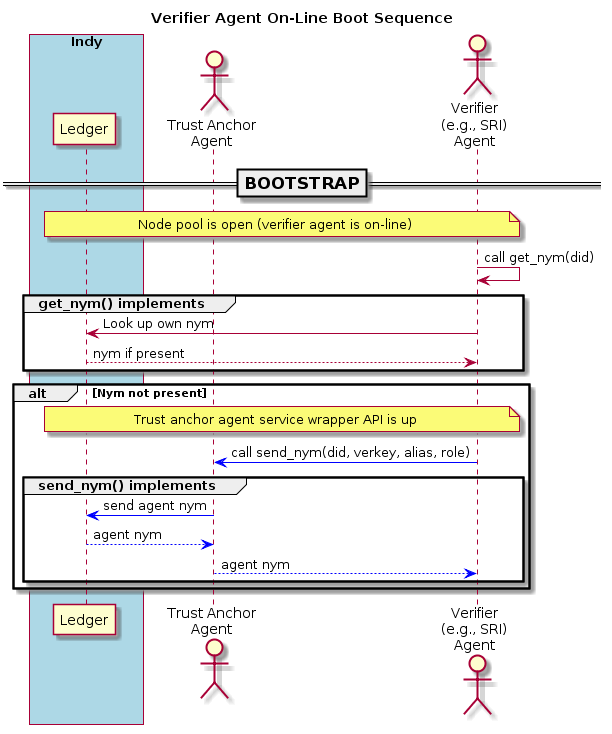
Before: doc/pic/boot.verifier.png, a diagram exported from PlantUML (PSPC-SPAC-buyandsell/von_base).
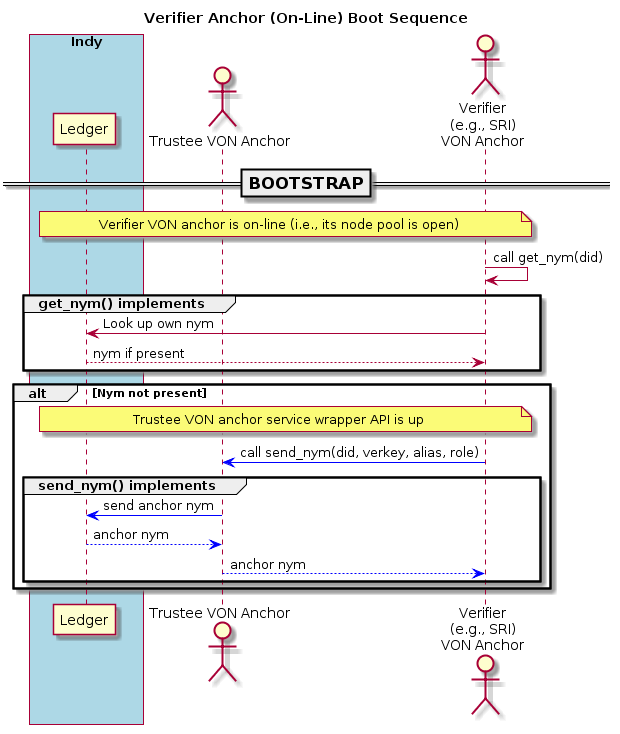
The same diagram one commit later.

Diff of the diagram source:
```diff
@@ -3,34 +3,34 @@
 skinparam ParticipantPadding 20
 skinparam BaloxPadding 20
 
-title Verifier Agent On-Line Boot Sequence
+title Verifier Anchor (On-Line) Boot Sequence
 
 
 box "Indy" #LightBlue
     participant "Ledger" as ledger
 endbox
-actor "Trust Anchor\nAgent" as tag
-actor "Verifier\n(e.g., SRI)\nAgent" as sag
+actor "Trustee VON Anchor" as tan
+actor "Verifier\n(e.g., SRI)\nVON Anchor" as san
 
 === BOOTSTRAP ==
-note over ledger, sag
-    Node pool is open (verifier agent is on-line)
+note over ledger, san
+    Verifier VON anchor is on-line (i.e., its node pool is open)
 endnote
 
-sag -> sag: call get_nym(did)
+san -> san: call get_nym(did)
 group get_nym() implements
-    sag -> ledger: Look up own nym
-    ledger --> sag: nym if present
+    san -> ledger: Look up own nym
+    ledger --> san: nym if present
 end
 alt Nym not present
-    note over ledger, sag
-        Trust anchor agent service wrapper API is up
+    note over ledger, san
+        Trustee VON anchor service wrapper API is up
     endnote
-    sag -[#blue]> tag: call send_nym(did, verkey, alias, role)
+    san -[#blue]> tan: call send_nym(did, verkey, alias, role)
     group send_nym() implements
-        tag -[#blue]> ledger: send agent nym
-        ledger --[#blue]> tag: agent nym
-        tag --[#blue]> sag: agent nym
+        tan -[#blue]> ledger: send anchor nym
+        ledger --[#blue]> tan: anchor nym
+        tan --[#blue]> san: anchor nym
     end
 end
 @enduml
```
